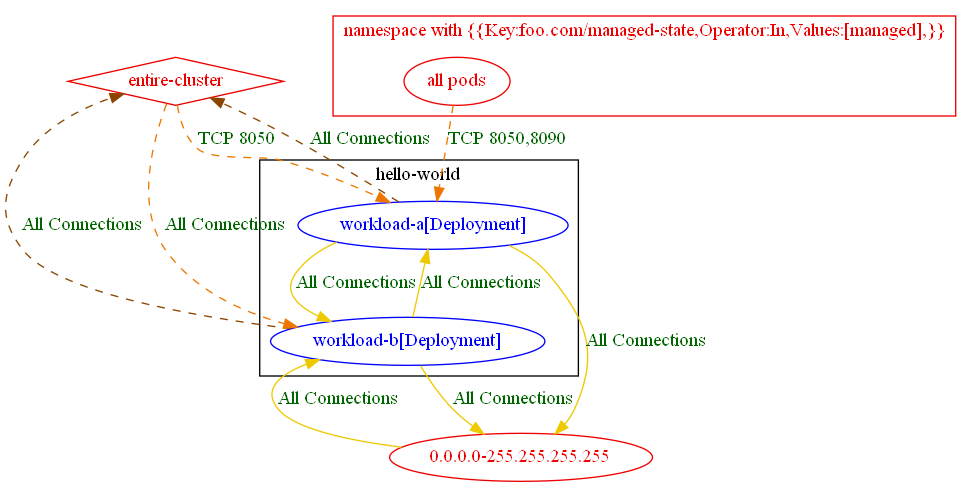
This is test_outputs/connlist/exposure_to_new_namespace_conn_and_entire_cluster_exposure_output.dot.png from np-guard/netpol-analyzer, a Graphviz export, as it was before one commit. Its source is kept beside it as test_outputs/connlist/exposure_to_new_namespace_conn_and_entire_cluster_exposure_output.dot.
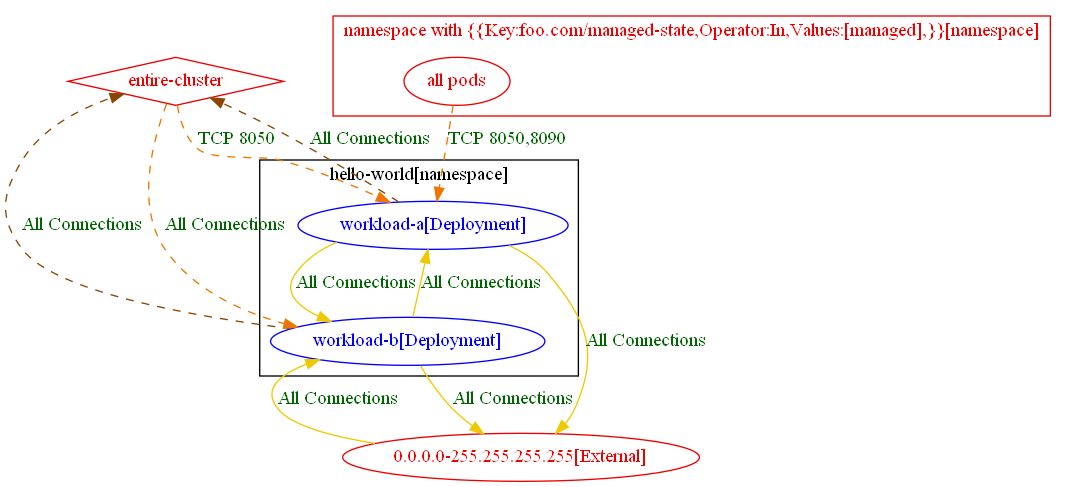
The same diagram one commit later.

The edit, as a diff of the source:
```diff
@@ -1,27 +1,27 @@
 digraph {
-	subgraph "cluster_hello_world" {
+	subgraph "cluster_hello_world[namespace]" {
 		color="black"
 		fontcolor="black"
 		"hello-world/workload-a[Deployment]" [label="workload-a[Deployment]" color="blue" fontcolor="blue"]
 		"hello-world/workload-b[Deployment]" [label="workload-b[Deployment]" color="blue" fontcolor="blue"]
-		label="hello-world"
+		label="hello-world[namespace]"
 	}
-	subgraph "cluster_namespace with {{Key:foo.com/managed_state,Operator:In,Values:[managed],}}" {
+	subgraph "cluster_namespace with {{Key:foo.com/managed_state,Operator:In,Values:[managed],}}[namespace]" {
 		color="red2"
 		fontcolor="red2"
 		"all pods_in_namespace with {{Key:foo.com/managed-state,Operator:In,Values:[managed],}}" [label="all pods" color="red2" fontcolor="red2"]
-		label="namespace with {{Key:foo.com/managed-state,Operator:In,Values:[managed],}}"
+		label="namespace with {{Key:foo.com/managed-state,Operator:In,Values:[managed],}}[namespace]"
 	}
-	"0.0.0.0-255.255.255.255" [label="0.0.0.0-255.255.255.255" color="red2" fontcolor="red2"]
+	"0.0.0.0-255.255.255.255[External]" [label="0.0.0.0-255.255.255.255[External]" color="red2" fontcolor="red2"]
 	"entire-cluster" [label="entire-cluster" color="red2" fontcolor="red2" shape=diamond]
-	"0.0.0.0-255.255.255.255" -> "hello-world/workload-b[Deployment]" [label="All Connections" color="gold2" fontcolor="darkgreen" weight=0.5]
+	"0.0.0.0-255.255.255.255[External]" -> "hello-world/workload-b[Deployment]" [label="All Connections" color="gold2" fontcolor="darkgreen" weight=0.5]
 	"all pods_in_namespace with {{Key:foo.com/managed-state,Operator:In,Values:[managed],}}" -> "hello-world/workload-a[Deployment]" [label="TCP 8050,8090" color="darkorange2" fontcolor="darkgreen" weight=1 style=dashed]
 	"entire-cluster" -> "hello-world/workload-a[Deployment]" [label="TCP 8050" color="darkorange2" fontcolor="darkgreen" weight=1 style=dashed]
 	"entire-cluster" -> "hello-world/workload-b[Deployment]" [label="All Connections" color="darkorange2" fontcolor="darkgreen" weight=1 style=dashed]
-	"hello-world/workload-a[Deployment]" -> "0.0.0.0-255.255.255.255" [label="All Connections" color="gold2" fontcolor="darkgreen" weight=1]
+	"hello-world/workload-a[Deployment]" -> "0.0.0.0-255.255.255.255[External]" [label="All Connections" color="gold2" fontcolor="darkgreen" weight=1]
 	"hello-world/workload-a[Deployment]" -> "entire-cluster" [label="All Connections" color="darkorange4" fontcolor="darkgreen" weight=0.5 style=dashed]
 	"hello-world/workload-a[Deployment]" -> "hello-world/workload-b[Deployment]" [label="All Connections" color="gold2" fontcolor="darkgreen" weight=0.5]
-	"hello-world/workload-b[Deployment]" -> "0.0.0.0-255.255.255.255" [label="All Connections" color="gold2" fontcolor="darkgreen" weight=1]
+	"hello-world/workload-b[Deployment]" -> "0.0.0.0-255.255.255.255[External]" [label="All Connections" color="gold2" fontcolor="darkgreen" weight=1]
 	"hello-world/workload-b[Deployment]" -> "entire-cluster" [label="All Connections" color="darkorange4" fontcolor="darkgreen" weight=0.5 style=dashed]
 	"hello-world/workload-b[Deployment]" -> "hello-world/workload-a[Deployment]" [label="All Connections" color="gold2" fontcolor="darkgreen" weight=1]
 }
```
